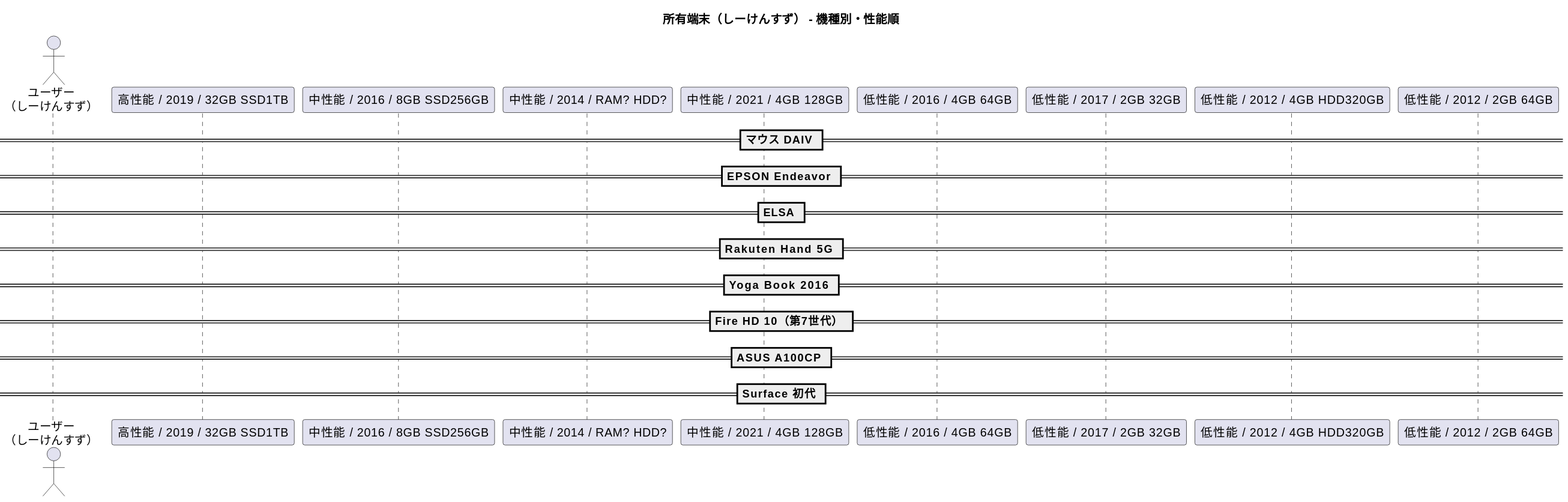
The PlantUML diagram out/it_pc_smaho_tablet.svg in coacoa/images, before a commit.
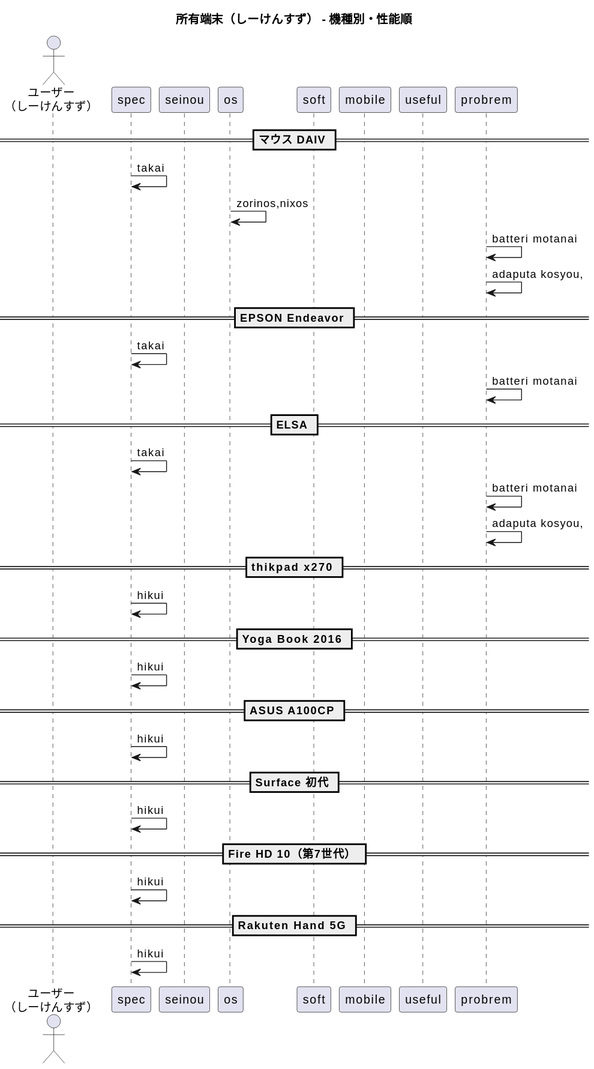
Above is the later version.

Change to the diagram source:
```diff
@@ -2,28 +2,45 @@
 title 所有端末（しーけんすず） - 機種別・性能順
 
 actor "ユーザー\n（しーけんすず）" as User
+participant "spec" as spec
+participant "seinou" as seinou
+participant "os" as os
+participant "soft" as soft
+participant "mobile" as mobile
+participant "useful" as useful
+participant "probrem" as probrem
 
 == マウス DAIV ==
-participant "高性能 / 2019 / 32GB SSD1TB" as DAIV
+spec -> spec : takai
+os -> os : zorinos,nixos
+probrem -> probrem : batteri motanai
+probrem -> probrem : adaputa kosyou,
 
 == EPSON Endeavor ==
-participant "中性能 / 2016 / 8GB SSD256GB" as EPSON
+spec -> spec : takai
+probrem -> probrem : batteri motanai
 
 == ELSA ==
-participant "中性能 / 2014 / RAM? HDD?" as ELSA
+spec -> spec : takai
+probrem -> probrem : batteri motanai
+probrem -> probrem : adaputa kosyou,
+
+== thikpad x270 ==
+spec -> spec : hikui
+
+== Yoga Book 2016 ==
+spec -> spec : hikui
+
+== ASUS A100CP ==
+spec -> spec : hikui
+
+== Surface 初代 ==
+spec -> spec : hikui
+
+== Fire HD 10（第7世代） ==
+spec -> spec : hikui
+
 
 == Rakuten Hand 5G ==
-participant "中性能 / 2021 / 4GB 128GB" as Rakuten
-
-== Yoga Book 2016 ==
-participant "低性能 / 2016 / 4GB 64GB" as Yoga
-
-== Fire HD 10（第7世代） ==
-participant "低性能 / 2017 / 2GB 32GB" as FireHD
-
-== ASUS A100CP ==
-participant "低性能 / 2012 / 4GB HDD320GB" as ASUS
-
-== Surface 初代 ==
-participant "低性能 / 2012 / 2GB 64GB" as Surface
+spec -> spec : hikui
 @enduml
```
